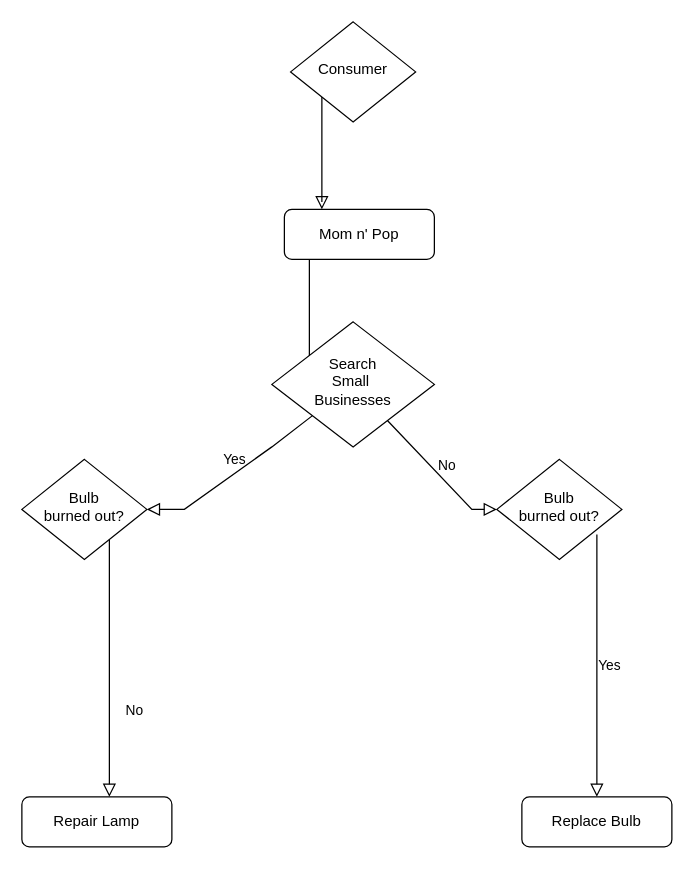
Earlier version of the draw.io diagram CLI Gem Project Diagram.drawio (yani82/CLI-Data-Gem-Portfolio-Project-Small-Businesses). Source tidied: cells renumbered, new cells numbered last; positions are measured from the earlier drawing's top-left corner, leaving out a move shared by most shapes. Both pictures are drawn from the tidied source at 125%, with x=0, y=0 at pixel (21, 21).
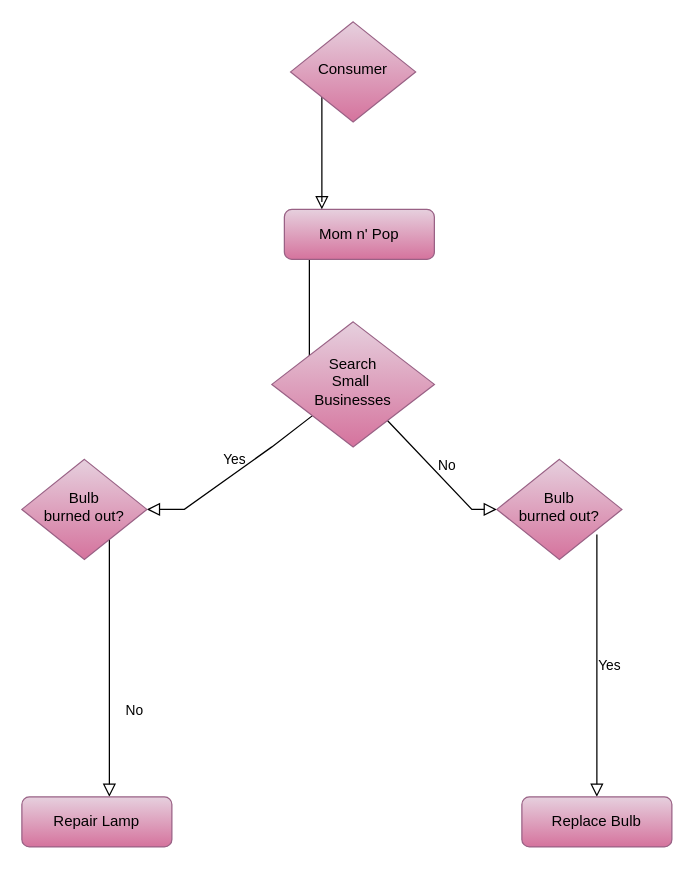
After the change.

Commit message:
Mom n' Pop Diagram.drawio

Diff of the diagram source:
```diff
@@
-    <mxCell id="3" value="Mom n' Pop" style="rounded=1;whiteSpace=wrap;html=1;fontSize=12;glass=0;strokeWidth=1;shadow=0;" parent="1" vertex="1">
+    <mxCell id="3" value="Mom n' Pop" style="rounded=1;whiteSpace=wrap;html=1;fontSize=12;glass=0;strokeWidth=1;shadow=0;gradientColor=#d5739d;fillColor=#e6d0de;strokeColor=#996185;" parent="1" vertex="1">
       <mxGeometry x="210" y="150" width="120" height="40" as="geometry" />
     </mxCell>
@@
-    <mxCell id="6" value="Search&lt;br&gt;Small&amp;nbsp;&lt;br&gt;Businesses" style="rhombus;whiteSpace=wrap;html=1;shadow=0;fontFamily=Helvetica;fontSize=12;align=center;strokeWidth=1;spacing=6;spacingTop=-4;" parent="1" vertex="1">
+    <mxCell id="6" value="Search&lt;br&gt;Small&amp;nbsp;&lt;br&gt;Businesses" style="rhombus;whiteSpace=wrap;html=1;shadow=0;fontFamily=Helvetica;fontSize=12;align=center;strokeWidth=1;spacing=6;spacingTop=-4;gradientColor=#d5739d;strokeColor=#996185;fillColor=#E6D0DE;" parent="1" vertex="1">
       <mxGeometry x="200" y="240" width="130" height="100" as="geometry" />
     </mxCell>
@@
-    <mxCell id="9" value="Bulb&lt;br&gt;burned out?" style="rhombus;whiteSpace=wrap;html=1;shadow=0;fontFamily=Helvetica;fontSize=12;align=center;strokeWidth=1;spacing=6;spacingTop=-4;" parent="1" vertex="1">
+    <mxCell id="9" value="Bulb&lt;br&gt;burned out?" style="rhombus;whiteSpace=wrap;html=1;shadow=0;fontFamily=Helvetica;fontSize=12;align=center;strokeWidth=1;spacing=6;spacingTop=-4;gradientColor=#d5739d;fillColor=#e6d0de;strokeColor=#996185;" parent="1" vertex="1">
       <mxGeometry y="350" width="100" height="80" as="geometry" />
     </mxCell>
-    <mxCell id="10" value="Repair Lamp" style="rounded=1;whiteSpace=wrap;html=1;fontSize=12;glass=0;strokeWidth=1;shadow=0;" parent="1" vertex="1">
+    <mxCell id="10" value="Repair Lamp" style="rounded=1;whiteSpace=wrap;html=1;fontSize=12;glass=0;strokeWidth=1;shadow=0;gradientColor=#d5739d;fillColor=#e6d0de;strokeColor=#996185;" parent="1" vertex="1">
       <mxGeometry y="620" width="120" height="40" as="geometry" />
     </mxCell>
-    <mxCell id="11" value="Replace Bulb" style="rounded=1;whiteSpace=wrap;html=1;fontSize=12;glass=0;strokeWidth=1;shadow=0;" parent="1" vertex="1">
+    <mxCell id="11" value="Replace Bulb" style="rounded=1;whiteSpace=wrap;html=1;fontSize=12;glass=0;strokeWidth=1;shadow=0;gradientColor=#d5739d;fillColor=#e6d0de;strokeColor=#996185;" parent="1" vertex="1">
       <mxGeometry x="400" y="620" width="120" height="40" as="geometry" />
     </mxCell>
-    <mxCell id="12" value="Bulb&lt;br&gt;burned out?" style="rhombus;whiteSpace=wrap;html=1;shadow=0;fontFamily=Helvetica;fontSize=12;align=center;strokeWidth=1;spacing=6;spacingTop=-4;" parent="1" vertex="1">
+    <mxCell id="12" value="Bulb&lt;br&gt;burned out?" style="rhombus;whiteSpace=wrap;html=1;shadow=0;fontFamily=Helvetica;fontSize=12;align=center;strokeWidth=1;spacing=6;spacingTop=-4;gradientColor=#d5739d;fillColor=#e6d0de;strokeColor=#996185;" parent="1" vertex="1">
       <mxGeometry x="380" y="350" width="100" height="80" as="geometry" />
     </mxCell>
@@
-    <mxCell id="14" value="Consumer" style="rhombus;whiteSpace=wrap;html=1;shadow=0;fontFamily=Helvetica;fontSize=12;align=center;strokeWidth=1;spacing=6;spacingTop=-4;" parent="1" vertex="1">
+    <mxCell id="14" value="Consumer" style="rhombus;whiteSpace=wrap;html=1;shadow=0;fontFamily=Helvetica;fontSize=12;align=center;strokeWidth=1;spacing=6;spacingTop=-4;gradientColor=#d5739d;fillColor=#e6d0de;strokeColor=#996185;" parent="1" vertex="1">
       <mxGeometry x="215" width="100" height="80" as="geometry" />
     </mxCell>
```
